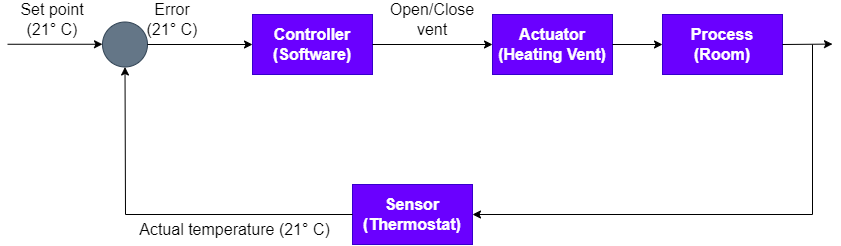
Earlier version of the draw.io export Architectural styles/Process Control Systems/Process Control Diagram.drawio.png (smitbmx/Architecture-Diagrams). Source tidied: cells renumbered, new cells last; positions are measured from the earlier drawing's top-left corner, leaving out a move shared by most shapes.
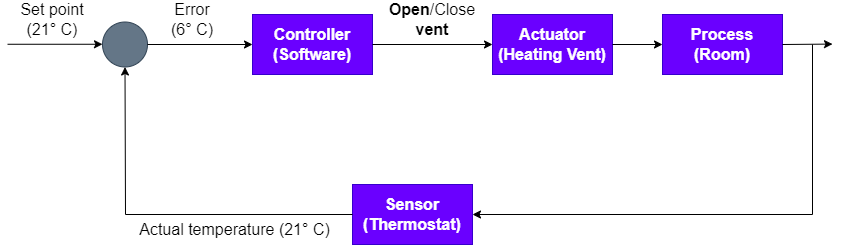
After the change.

Change to the diagram source:
```diff
@@ -56,10 +56,10 @@
     <mxCell id="14" value="Set point&lt;br&gt;(21° C)" style="text;html=1;strokeColor=none;fillColor=none;align=center;verticalAlign=middle;whiteSpace=wrap;rounded=0;fontSize=16;" parent="1" vertex="1">
       <mxGeometry x="5" width="80" height="30" as="geometry" />
     </mxCell>
-    <mxCell id="15" value="Error&lt;br&gt;(21° C)" style="text;html=1;strokeColor=none;fillColor=none;align=center;verticalAlign=middle;whiteSpace=wrap;rounded=0;fontSize=16;" parent="1" vertex="1">
-      <mxGeometry x="125" width="80" height="30" as="geometry" />
+    <mxCell id="15" value="Error&lt;br&gt;(6° C)" style="text;html=1;strokeColor=none;fillColor=none;align=center;verticalAlign=middle;whiteSpace=wrap;rounded=0;fontSize=16;" parent="1" vertex="1">
+      <mxGeometry x="145" width="80" height="30" as="geometry" />
     </mxCell>
-    <mxCell id="16" value="Open/Close&lt;br&gt;vent" style="text;html=1;strokeColor=none;fillColor=none;align=center;verticalAlign=middle;whiteSpace=wrap;rounded=0;fontSize=16;" parent="1" vertex="1">
+    <mxCell id="16" value="&lt;b&gt;Open&lt;/b&gt;/Close&lt;br&gt;&lt;b&gt;vent&lt;/b&gt;" style="text;html=1;strokeColor=none;fillColor=none;align=center;verticalAlign=middle;whiteSpace=wrap;rounded=0;fontSize=16;" parent="1" vertex="1">
       <mxGeometry x="385" width="80" height="30" as="geometry" />
     </mxCell>
     <mxCell id="17" value="Actual temperature&amp;nbsp;(21° C)" style="text;html=1;strokeColor=none;fillColor=none;align=center;verticalAlign=middle;whiteSpace=wrap;rounded=0;fontSize=16;" parent="1" vertex="1">
```
